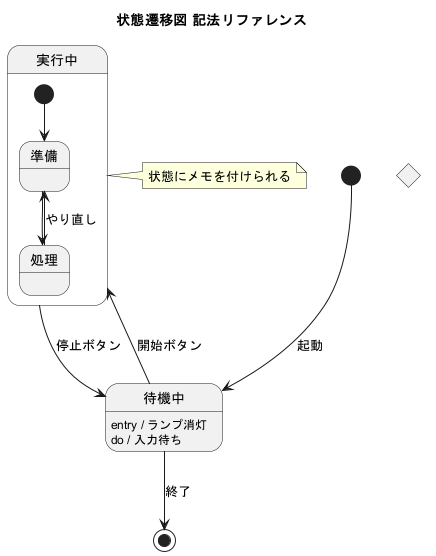
Above: State/_Template_State.png in O-TYAN64/plantuml-cheatsheet (PlantUML), before the change.
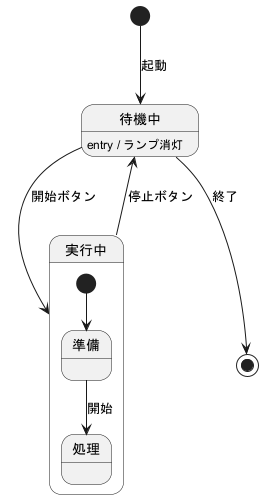
The same file after the commit.

The edit, as a diff of the source:
```diff
@@ -1,23 +1,12 @@
 @startuml
-title 状態遷移図 記法リファレンス
-
 [*] --> 待機中 : 起動
-
 待機中 --> 実行中 : 開始ボタン
 実行中 --> 待機中 : 停止ボタン
 待機中 --> [*] : 終了
 
 state 実行中 {
   [*] --> 準備
-  準備 --> 処理
-  処理 --> 準備 : やり直し
+  準備 --> 処理 : 開始
 }
-
 待機中 : entry / ランプ消灯
-待機中 : do / 入力待ち
-
-state 判断 <<choice>>
-
-note right of 実行中 : 状態にメモを付けられる
-
 @enduml
```
